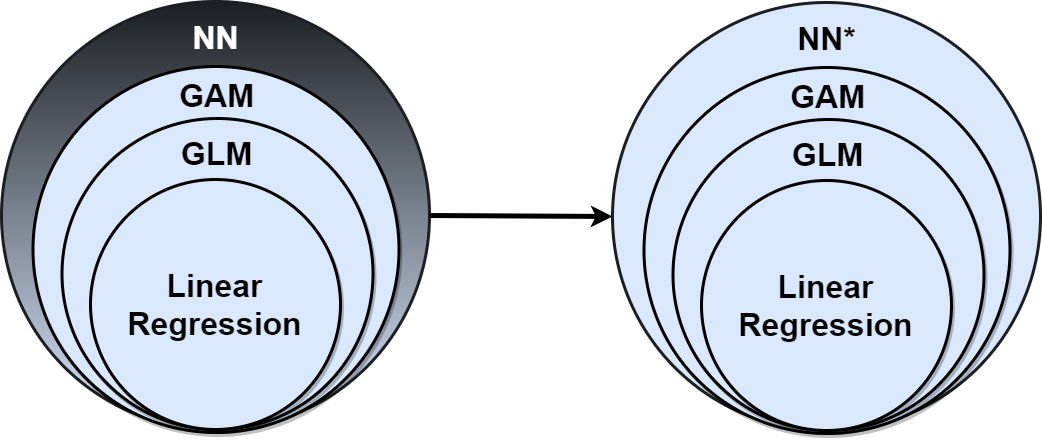
Above: images/transparent_summary.png in RyanSaxe/blog (draw.io), before the change. Source tidied: cells renumbered, new cells last; positions are measured from the earlier drawing's top-left corner, leaving out a move shared by most shapes. Source of this version:
```xml
<mxGraphModel>
  <root>
    <mxCell id="0" />
    <mxCell id="1" parent="0" />
    <mxCell id="2" style="ellipse;whiteSpace=wrap;html=1;fillColor=#dae8fc;strokeWidth=3;sketch=0;shadow=0;gradientDirection=north;strokeColor=#1B1F23;gradientColor=#1B1F23;" parent="1" vertex="1">
      <mxGeometry width="428" height="428" as="geometry" />
    </mxCell>
    <mxCell id="3" style="ellipse;whiteSpace=wrap;html=1;fillColor=#dae8fc;strokeWidth=3;sketch=0;shadow=1;gradientDirection=north;" parent="1" vertex="1">
      <mxGeometry x="31.5" y="65" width="366" height="366" as="geometry" />
    </mxCell>
    <mxCell id="4" style="ellipse;whiteSpace=wrap;html=1;fillColor=#dae8fc;strokeWidth=3;sketch=0;gradientDirection=north;shadow=1;" parent="1" vertex="1">
      <mxGeometry x="60.5" y="117" width="311" height="311" as="geometry" />
    </mxCell>
    <mxCell id="5" style="ellipse;whiteSpace=wrap;html=1;fillColor=#dae8fc;strokeWidth=3;sketch=0;gradientDirection=north;shadow=1;" parent="1" vertex="1">
      <mxGeometry x="89" y="178" width="250" height="250" as="geometry" />
    </mxCell>
    <mxCell id="6" value="&lt;font size=&quot;1&quot; color=&quot;#ffffff&quot;&gt;&lt;b style=&quot;font-size: 32px&quot;&gt;NN&lt;/b&gt;&lt;/font&gt;" style="text;html=1;strokeColor=none;fillColor=none;align=center;verticalAlign=middle;whiteSpace=wrap;rounded=0;shadow=1;sketch=0;" parent="1" vertex="1">
      <mxGeometry x="61.9" y="26" width="305.2" height="20" as="geometry" />
    </mxCell>
    <mxCell id="7" value="&lt;font size=&quot;1&quot;&gt;&lt;b style=&quot;font-size: 32px&quot;&gt;GAM&lt;/b&gt;&lt;/font&gt;" style="text;html=1;strokeColor=none;fillColor=none;align=center;verticalAlign=middle;whiteSpace=wrap;rounded=0;shadow=1;sketch=0;" parent="1" vertex="1">
      <mxGeometry x="63.4" y="84" width="305.2" height="20" as="geometry" />
    </mxCell>
    <mxCell id="8" value="&lt;font size=&quot;1&quot;&gt;&lt;b style=&quot;font-size: 32px&quot;&gt;GLM&lt;/b&gt;&lt;/font&gt;" style="text;html=1;strokeColor=none;fillColor=none;align=center;verticalAlign=middle;whiteSpace=wrap;rounded=0;shadow=1;sketch=0;" parent="1" vertex="1">
      <mxGeometry x="63.4" y="142" width="305.2" height="20" as="geometry" />
    </mxCell>
    <mxCell id="9" value="&lt;font size=&quot;1&quot;&gt;&lt;b style=&quot;font-size: 32px&quot;&gt;Linear Regression&lt;/b&gt;&lt;/font&gt;" style="text;html=1;strokeColor=none;fillColor=none;align=center;verticalAlign=middle;whiteSpace=wrap;rounded=0;shadow=1;sketch=0;" parent="1" vertex="1">
      <mxGeometry x="106.4" y="293" width="215.1" height="20" as="geometry" />
    </mxCell>
    <mxCell id="10" style="ellipse;whiteSpace=wrap;html=1;fillColor=#dae8fc;strokeWidth=3;sketch=0;shadow=0;gradientDirection=north;strokeColor=#1B1F23;" parent="1" vertex="1">
      <mxGeometry x="611" y="1" width="428" height="428" as="geometry" />
    </mxCell>
    <mxCell id="11" style="ellipse;whiteSpace=wrap;html=1;fillColor=#dae8fc;strokeWidth=3;sketch=0;shadow=1;gradientDirection=north;" parent="1" vertex="1">
      <mxGeometry x="642.5" y="66" width="366" height="366" as="geometry" />
    </mxCell>
    <mxCell id="12" style="ellipse;whiteSpace=wrap;html=1;fillColor=#dae8fc;strokeWidth=3;sketch=0;gradientDirection=north;shadow=1;" parent="1" vertex="1">
      <mxGeometry x="671.5" y="118" width="311" height="311" as="geometry" />
    </mxCell>
    <mxCell id="13" style="ellipse;whiteSpace=wrap;html=1;fillColor=#dae8fc;strokeWidth=3;sketch=0;gradientDirection=north;shadow=1;" parent="1" vertex="1">
      <mxGeometry x="700" y="179" width="250" height="250" as="geometry" />
    </mxCell>
    <mxCell id="14" value="&lt;font size=&quot;1&quot;&gt;&lt;b style=&quot;font-size: 32px&quot;&gt;NN*&lt;/b&gt;&lt;/font&gt;" style="text;html=1;align=center;verticalAlign=middle;whiteSpace=wrap;rounded=0;shadow=1;sketch=0;" parent="1" vertex="1">
      <mxGeometry x="672.9" y="27" width="305.2" height="20" as="geometry" />
    </mxCell>
    <mxCell id="15" value="&lt;font size=&quot;1&quot;&gt;&lt;b style=&quot;font-size: 32px&quot;&gt;GAM&lt;/b&gt;&lt;/font&gt;" style="text;html=1;strokeColor=none;fillColor=none;align=center;verticalAlign=middle;whiteSpace=wrap;rounded=0;shadow=1;sketch=0;" parent="1" vertex="1">
      <mxGeometry x="674.4" y="85" width="305.2" height="20" as="geometry" />
    </mxCell>
    <mxCell id="16" value="&lt;font size=&quot;1&quot;&gt;&lt;b style=&quot;font-size: 32px&quot;&gt;GLM&lt;/b&gt;&lt;/font&gt;" style="text;html=1;strokeColor=none;fillColor=none;align=center;verticalAlign=middle;whiteSpace=wrap;rounded=0;shadow=1;sketch=0;" parent="1" vertex="1">
      <mxGeometry x="674.4" y="143" width="305.2" height="20" as="geometry" />
    </mxCell>
    <mxCell id="17" value="&lt;font size=&quot;1&quot;&gt;&lt;b style=&quot;font-size: 32px&quot;&gt;Linear Regression&lt;/b&gt;&lt;/font&gt;" style="text;html=1;strokeColor=none;fillColor=none;align=center;verticalAlign=middle;whiteSpace=wrap;rounded=0;shadow=1;sketch=0;" parent="1" vertex="1">
      <mxGeometry x="717.4" y="294" width="215.1" height="20" as="geometry" />
    </mxCell>
    <mxCell id="18" style="endArrow=classic;html=1;exitX=1;exitY=0.5;exitDx=0;exitDy=0;entryX=0;entryY=0.5;entryDx=0;entryDy=0;strokeWidth=5;" parent="1" edge="1" source="2" target="10">
      <mxGeometry relative="1" as="geometry" />
    </mxCell>
  </root>
</mxGraphModel>
```
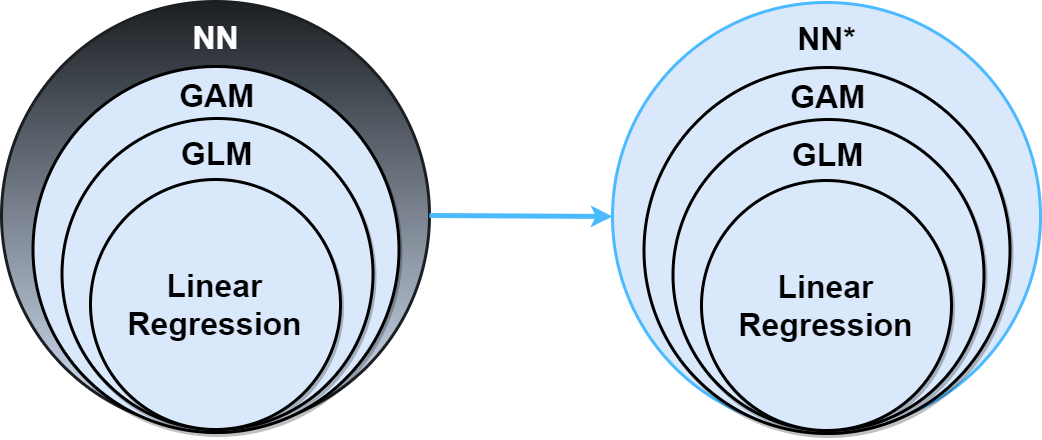
Above is the later version.

Change to the diagram source:
```diff
@@ -26,7 +26,7 @@
     <mxCell id="9" value="&lt;font size=&quot;1&quot;&gt;&lt;b style=&quot;font-size: 32px&quot;&gt;Linear Regression&lt;/b&gt;&lt;/font&gt;" style="text;html=1;strokeColor=none;fillColor=none;align=center;verticalAlign=middle;whiteSpace=wrap;rounded=0;shadow=1;sketch=0;" parent="1" vertex="1">
       <mxGeometry x="106.4" y="293" width="215.1" height="20" as="geometry" />
     </mxCell>
-    <mxCell id="10" style="ellipse;whiteSpace=wrap;html=1;fillColor=#dae8fc;strokeWidth=3;sketch=0;shadow=0;gradientDirection=north;strokeColor=#1B1F23;" parent="1" vertex="1">
+    <mxCell id="10" style="ellipse;whiteSpace=wrap;html=1;fillColor=#dae8fc;strokeWidth=3;sketch=0;shadow=0;gradientDirection=north;strokeColor=#4BBAFF;" parent="1" vertex="1">
       <mxGeometry x="611" y="1" width="428" height="428" as="geometry" />
     </mxCell>
     <mxCell id="11" style="ellipse;whiteSpace=wrap;html=1;fillColor=#dae8fc;strokeWidth=3;sketch=0;shadow=1;gradientDirection=north;" parent="1" vertex="1">
@@ -50,7 +50,7 @@
     <mxCell id="17" value="&lt;font size=&quot;1&quot;&gt;&lt;b style=&quot;font-size: 32px&quot;&gt;Linear Regression&lt;/b&gt;&lt;/font&gt;" style="text;html=1;strokeColor=none;fillColor=none;align=center;verticalAlign=middle;whiteSpace=wrap;rounded=0;shadow=1;sketch=0;" parent="1" vertex="1">
       <mxGeometry x="717.4" y="294" width="215.1" height="20" as="geometry" />
     </mxCell>
-    <mxCell id="18" style="endArrow=classic;html=1;exitX=1;exitY=0.5;exitDx=0;exitDy=0;entryX=0;entryY=0.5;entryDx=0;entryDy=0;strokeWidth=5;" parent="1" edge="1" source="2" target="10">
+    <mxCell id="18" style="endArrow=classic;html=1;exitX=1;exitY=0.5;exitDx=0;exitDy=0;entryX=0;entryY=0.5;entryDx=0;entryDy=0;strokeWidth=5;fontColor=#4bbaff;strokeColor=#4BBAFF;" parent="1" edge="1" source="2" target="10">
       <mxGeometry relative="1" as="geometry" />
     </mxCell>
   </root>
```
